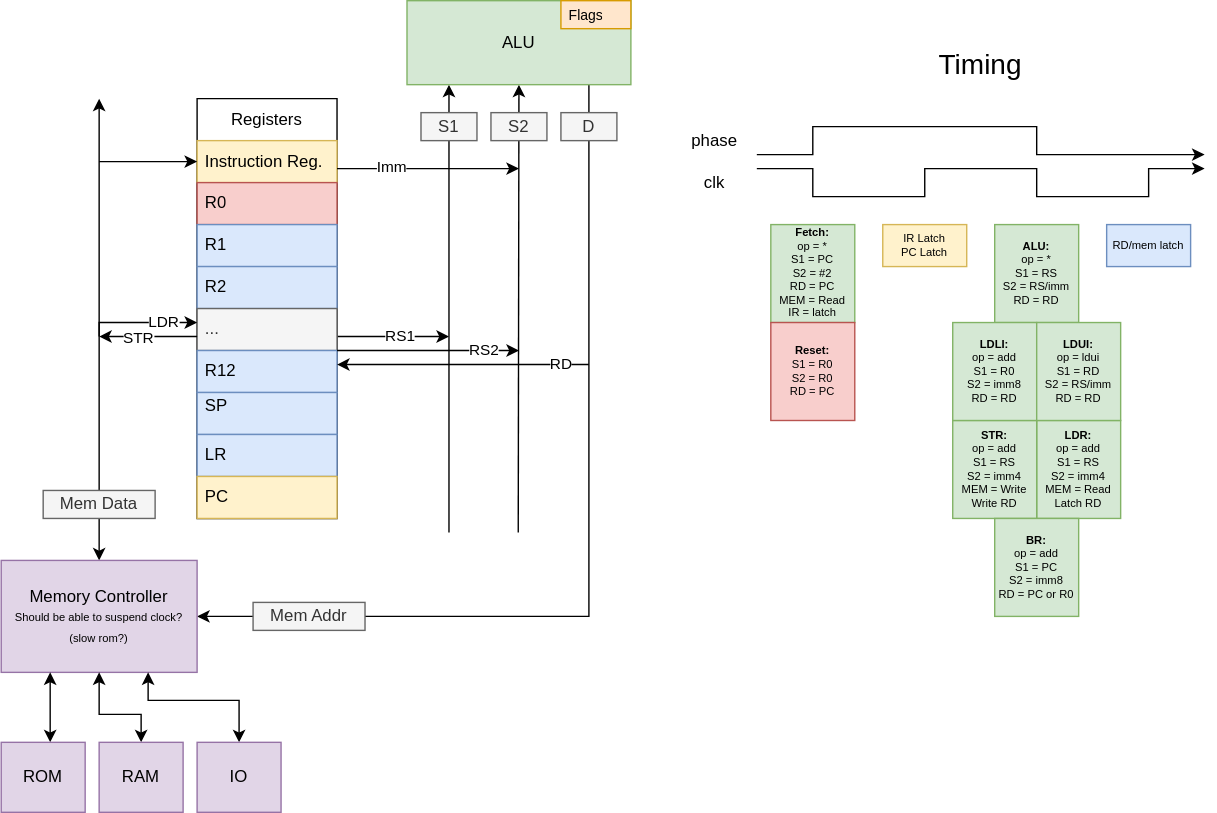
Above: doc/CPU Architecture.drawio.svg in blueberrymuffin3/tiny16 (draw.io), before the change. Source tidied: cells renumbered, new cells last; positions are measured from the earlier drawing's top-left corner, leaving out a move shared by most shapes.
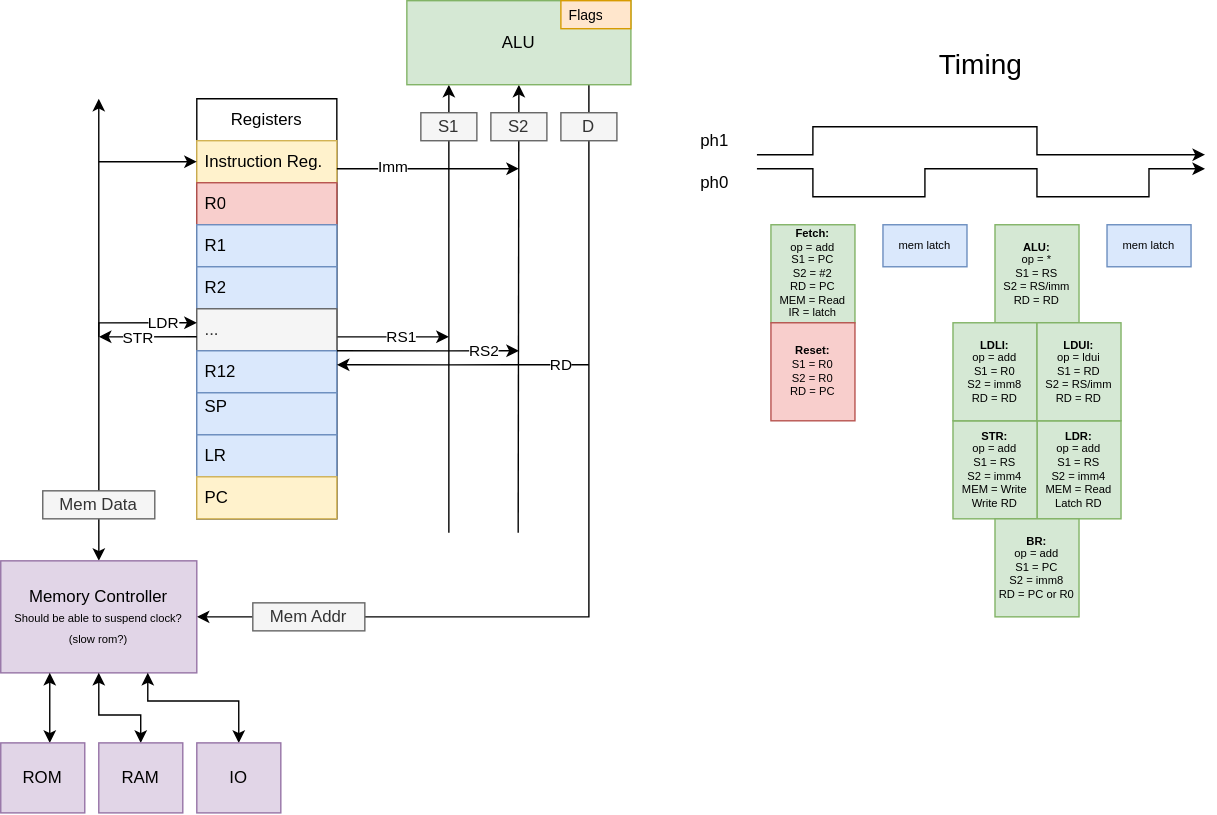
Later version of the same file.

The edit, as a diff of the source:
```diff
@@ -180,10 +180,7 @@
         </Array>
       </mxGeometry>
     </mxCell>
-    <mxCell id="37" value="&lt;div&gt;IR Latch&lt;/div&gt;PC Latch" style="rounded=0;whiteSpace=wrap;html=1;fontSize=8;fillColor=#fff2cc;strokeColor=#d6b656;" parent="1" vertex="1">
-      <mxGeometry x="630" y="160" width="60" height="30" as="geometry" />
-    </mxCell>
-    <mxCell id="38" value="&lt;div&gt;&lt;b&gt;Fetch:&lt;/b&gt;&lt;br&gt;&lt;/div&gt;&lt;div&gt;op = *&lt;b&gt;&lt;br&gt;&lt;/b&gt;&lt;/div&gt;&lt;div&gt;S1 = PC&lt;/div&gt;&lt;div&gt;S2 = #2&lt;/div&gt;&lt;div&gt;RD = PC&lt;br&gt;&lt;/div&gt;&lt;div&gt;MEM = Read&lt;/div&gt;&lt;div&gt;IR = latch&lt;br&gt;&lt;/div&gt;" style="rounded=0;whiteSpace=wrap;html=1;fontSize=8;fillColor=#d5e8d4;strokeColor=#82b366;" parent="1" vertex="1">
+    <mxCell id="38" value="&lt;div&gt;&lt;b&gt;Fetch:&lt;/b&gt;&lt;br&gt;&lt;/div&gt;&lt;div&gt;op = add&lt;b&gt;&lt;br&gt;&lt;/b&gt;&lt;/div&gt;&lt;div&gt;S1 = PC&lt;/div&gt;&lt;div&gt;S2 = #2&lt;/div&gt;&lt;div&gt;RD = PC&lt;br&gt;&lt;/div&gt;&lt;div&gt;MEM = Read&lt;/div&gt;&lt;div&gt;IR = latch&lt;br&gt;&lt;/div&gt;" style="rounded=0;whiteSpace=wrap;html=1;fontSize=8;fillColor=#d5e8d4;strokeColor=#82b366;" parent="1" vertex="1">
       <mxGeometry x="550" y="160" width="60" height="70" as="geometry" />
     </mxCell>
     <mxCell id="39" value="&lt;div&gt;&lt;b&gt;ALU:&lt;/b&gt;&lt;/div&gt;&lt;div&gt;op = *&lt;/div&gt;&lt;div&gt;S1 = RS&lt;/div&gt;&lt;div&gt;S2 = RS/imm&lt;/div&gt;&lt;div&gt;RD = RD&lt;br&gt;&lt;/div&gt;" style="rounded=0;whiteSpace=wrap;html=1;fontSize=8;fillColor=#d5e8d4;strokeColor=#82b366;" parent="1" vertex="1">
@@ -201,7 +198,7 @@
     <mxCell id="43" value="Flags" style="text;strokeColor=#d79b00;fillColor=#ffe6cc;align=left;verticalAlign=middle;spacingLeft=4;spacingRight=4;overflow=hidden;whiteSpace=wrap;html=1;fontSize=10;" parent="1" vertex="1">
       <mxGeometry x="400" width="50" height="20" as="geometry" />
     </mxCell>
-    <mxCell id="44" value="&lt;div&gt;RD/mem latch&lt;/div&gt;" style="rounded=0;whiteSpace=wrap;html=1;fontSize=8;fillColor=#dae8fc;strokeColor=#6c8ebf;" parent="1" vertex="1">
+    <mxCell id="44" value="&lt;div&gt;mem latch&lt;/div&gt;" style="rounded=0;whiteSpace=wrap;html=1;fontSize=8;fillColor=#dae8fc;strokeColor=#6c8ebf;" parent="1" vertex="1">
       <mxGeometry x="790" y="160" width="60" height="30" as="geometry" />
     </mxCell>
     <mxCell id="45" style="edgeStyle=orthogonalEdgeStyle;rounded=0;jettySize=auto;html=1;entryX=0.25;entryY=1;entryDx=0;entryDy=0;startArrow=classic;startFill=1;" parent="1" edge="1" source="46" target="22">
@@ -240,10 +237,10 @@
     <mxCell id="51" value="&lt;div&gt;&lt;b&gt;Reset:&lt;/b&gt;&lt;br&gt;&lt;/div&gt;&lt;div&gt;S1 = R0&lt;br&gt;&lt;/div&gt;&lt;div&gt;S2 = R0&lt;br&gt;&lt;/div&gt;RD = PC" style="rounded=0;whiteSpace=wrap;html=1;fontSize=8;fillColor=#f8cecc;strokeColor=#b85450;" parent="1" vertex="1">
       <mxGeometry x="550" y="230" width="60" height="70" as="geometry" />
     </mxCell>
-    <mxCell id="52" value="clk" style="text;strokeColor=none;align=center;fillColor=none;html=1;verticalAlign=middle;whiteSpace=wrap;rounded=0;" parent="1" vertex="1">
+    <mxCell id="52" value="ph0" style="text;strokeColor=none;align=center;fillColor=none;html=1;verticalAlign=middle;whiteSpace=wrap;rounded=0;" parent="1" vertex="1">
       <mxGeometry x="480" y="120" width="60" height="20" as="geometry" />
     </mxCell>
-    <mxCell id="53" value="phase" style="text;strokeColor=none;align=center;fillColor=none;html=1;verticalAlign=middle;whiteSpace=wrap;rounded=0;" parent="1" vertex="1">
+    <mxCell id="53" value="ph1" style="text;strokeColor=none;align=center;fillColor=none;html=1;verticalAlign=middle;whiteSpace=wrap;rounded=0;" parent="1" vertex="1">
       <mxGeometry x="480" y="90" width="60" height="20" as="geometry" />
     </mxCell>
     <mxCell id="54" style="edgeStyle=orthogonalEdgeStyle;rounded=0;orthogonalLoop=1;jettySize=auto;html=1;" parent="1" edge="1">
@@ -267,5 +264,8 @@
     <mxCell id="57" value="Timing" style="text;strokeColor=none;align=center;fillColor=none;html=1;verticalAlign=middle;whiteSpace=wrap;rounded=0;fontSize=20;" parent="1" vertex="1">
       <mxGeometry x="540" y="30" width="320" height="30" as="geometry" />
     </mxCell>
+    <mxCell id="58" value="&lt;div&gt;mem latch&lt;/div&gt;" style="rounded=0;whiteSpace=wrap;html=1;fontSize=8;fillColor=#dae8fc;strokeColor=#6c8ebf;" parent="1" vertex="1">
+      <mxGeometry x="630" y="160" width="60" height="30" as="geometry" />
+    </mxCell>
   </root>
 </mxGraphModel>
```
